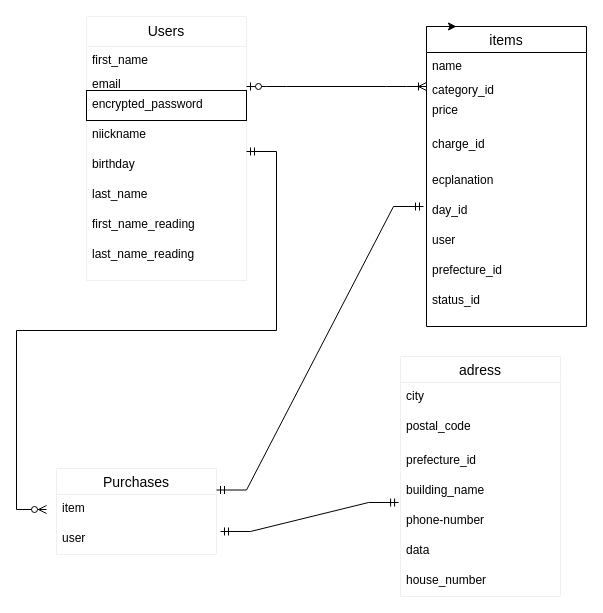
Before: test.dio in 1090dopl/furima-37280, a draw.io diagram. Source tidied: cells renumbered, new cells numbered last; positions are measured from the earlier drawing's top-left corner, leaving out a move shared by most shapes. Both pictures are drawn from the tidied source at 100%, with x=0, y=0 at pixel (46, 16).
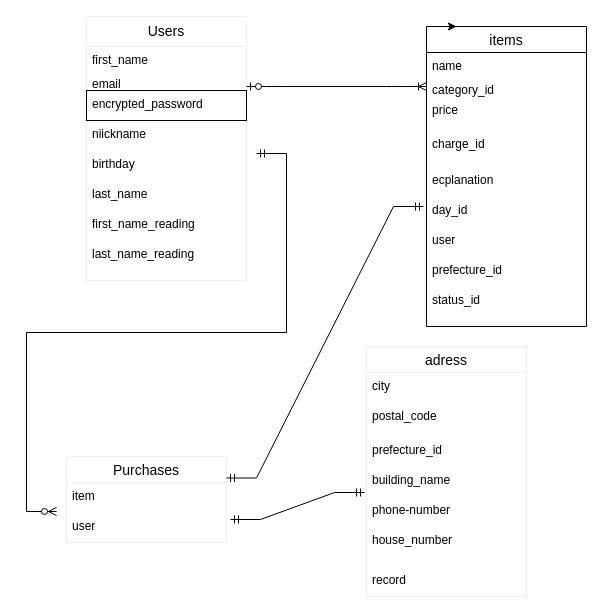
After the change.

Change to the diagram source:
```diff
@@
     <mxCell id="2" value="Purchases" style="swimlane;fontStyle=0;horizontal=1;startSize=26;align=center;fontSize=14;strokeColor=#F0F0F0;strokeWidth=1;fillColor=none;" parent="1" vertex="1">
-      <mxGeometry x="10" y="452" width="160" height="86" as="geometry" />
+      <mxGeometry x="20" y="440" width="160" height="86" as="geometry" />
     </mxCell>
@@
     <mxCell id="5" value="adress" style="swimlane;fontStyle=0;horizontal=1;startSize=26;align=center;fontSize=14;strokeColor=#F0F0F0;strokeWidth=1;fillColor=none;" parent="1" vertex="1">
-      <mxGeometry x="354" y="340" width="160" height="240" as="geometry" />
+      <mxGeometry x="320" y="330" width="160" height="250" as="geometry" />
     </mxCell>
@@
-    <mxCell id="11" value="data" style="text;strokeColor=none;fillColor=none;spacingLeft=4;spacingRight=4;overflow=hidden;fontSize=12;labelBackgroundColor=default;" parent="5" vertex="1">
-      <mxGeometry y="180" width="160" height="30" as="geometry" />
-    </mxCell>
     <mxCell id="12" value="house_number" style="text;strokeColor=none;fillColor=none;spacingLeft=4;spacingRight=4;overflow=hidden;fontSize=12;" parent="5" vertex="1">
-      <mxGeometry y="210" width="160" height="30" as="geometry" />
+      <mxGeometry y="180" width="160" height="40" as="geometry" />
     </mxCell>
+    <mxCell id="37" value="record" style="text;strokeColor=none;fillColor=none;spacingLeft=4;spacingRight=4;overflow=hidden;fontSize=12;labelBackgroundColor=default;" parent="5" vertex="1">
+      <mxGeometry y="220" width="160" height="30" as="geometry" />
+    </mxCell>
@@
     <mxCell id="35" style="edgeStyle=entityRelationEdgeStyle;fontSize=12;html=1;endArrow=ERzeroToMany;startArrow=ERmandOne;targetPerimeterSpacing=1;rounded=0;" parent="1" edge="1">
       <mxGeometry relative="1" as="geometry">
-        <mxPoint x="200" y="135" as="sourcePoint" />
-        <mxPoint y="493" as="targetPoint" />
+        <mxPoint x="210" y="137" as="sourcePoint" />
+        <mxPoint x="10" y="495" as="targetPoint" />
       </mxGeometry>
     </mxCell>
```
